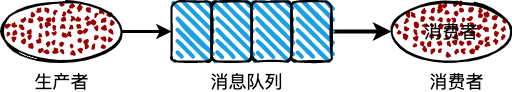
Above: img/mq-queue.png in boilingfrog/Go-POINT (draw.io), before the change. Source tidied: cells renumbered, new cells last; positions are measured from the earlier drawing's top-left corner, leaving out a move shared by most shapes.
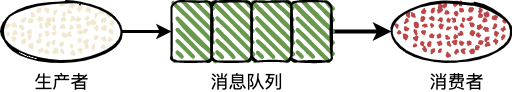
The same diagram one commit later.

Change to the diagram source:
```diff
@@ -5,25 +5,25 @@
     <mxCell id="2" style="edgeStyle=none;html=1;entryX=0;entryY=0.5;entryDx=0;entryDy=0;startArrow=none;startFill=0;strokeWidth=3;" parent="1" edge="1" source="3" target="4">
       <mxGeometry relative="1" as="geometry" />
     </mxCell>
-    <mxCell id="3" style="ellipse;whiteSpace=wrap;html=1;strokeWidth=2;fillWeight=2;hachureGap=8;fillColor=#990000;fillStyle=dots;sketch=1;" parent="1" vertex="1">
+    <mxCell id="3" style="ellipse;whiteSpace=wrap;html=1;strokeWidth=2;fillWeight=2;hachureGap=8;fillStyle=dots;sketch=1;fillColor=#F2E8CF;" parent="1" vertex="1">
       <mxGeometry width="120" height="60" as="geometry" />
     </mxCell>
-    <mxCell id="4" style="rounded=1;whiteSpace=wrap;html=1;strokeWidth=2;fillWeight=4;hachureGap=8;hachureAngle=45;fillColor=#1ba1e2;sketch=1;" parent="1" vertex="1">
+    <mxCell id="4" style="rounded=1;whiteSpace=wrap;html=1;strokeWidth=2;fillWeight=4;hachureGap=8;hachureAngle=45;sketch=1;fillColor=#6A994E;" parent="1" vertex="1">
       <mxGeometry x="170" width="40" height="60" as="geometry" />
     </mxCell>
-    <mxCell id="5" style="rounded=1;whiteSpace=wrap;html=1;strokeWidth=2;fillWeight=4;hachureGap=8;hachureAngle=45;fillColor=#1ba1e2;sketch=1;" parent="1" vertex="1">
+    <mxCell id="5" style="rounded=1;whiteSpace=wrap;html=1;strokeWidth=2;fillWeight=4;hachureGap=8;hachureAngle=45;sketch=1;fillColor=#6A994E;" parent="1" vertex="1">
       <mxGeometry x="210" width="40" height="60" as="geometry" />
     </mxCell>
-    <mxCell id="6" style="rounded=1;whiteSpace=wrap;html=1;strokeWidth=2;fillWeight=4;hachureGap=8;hachureAngle=45;fillColor=#1ba1e2;sketch=1;" parent="1" vertex="1">
+    <mxCell id="6" style="rounded=1;whiteSpace=wrap;html=1;strokeWidth=2;fillWeight=4;hachureGap=8;hachureAngle=45;sketch=1;fillColor=#6A994E;" parent="1" vertex="1">
       <mxGeometry x="250" width="40" height="60" as="geometry" />
     </mxCell>
     <mxCell id="7" style="edgeStyle=none;html=1;strokeWidth=4;" parent="1" edge="1" source="8" target="9">
       <mxGeometry relative="1" as="geometry" />
     </mxCell>
-    <mxCell id="8" style="rounded=1;whiteSpace=wrap;html=1;strokeWidth=2;fillWeight=4;hachureGap=8;hachureAngle=45;fillColor=#1ba1e2;sketch=1;" parent="1" vertex="1">
+    <mxCell id="8" style="rounded=1;whiteSpace=wrap;html=1;strokeWidth=2;fillWeight=4;hachureGap=8;hachureAngle=45;sketch=1;fillColor=#6A994E;" parent="1" vertex="1">
       <mxGeometry x="290" width="40" height="60" as="geometry" />
     </mxCell>
-    <mxCell id="9" value="&lt;span style=&quot;font-size: 18px&quot;&gt;消费者&lt;/span&gt;" style="ellipse;whiteSpace=wrap;html=1;strokeWidth=2;fillWeight=2;hachureGap=8;fillColor=#990000;fillStyle=dots;sketch=1;" parent="1" vertex="1">
+    <mxCell id="9" style="ellipse;whiteSpace=wrap;html=1;strokeWidth=2;fillWeight=2;hachureGap=8;fillStyle=dots;sketch=1;fillColor=#BC4749;" parent="1" vertex="1">
       <mxGeometry x="390" width="120" height="60" as="geometry" />
     </mxCell>
     <mxCell id="10" value="&lt;font style=&quot;font-size: 18px&quot;&gt;消息队列&lt;/font&gt;" style="text;html=1;align=center;verticalAlign=middle;strokeColor=none;strokeWidth=1;" parent="1" vertex="1">
```
